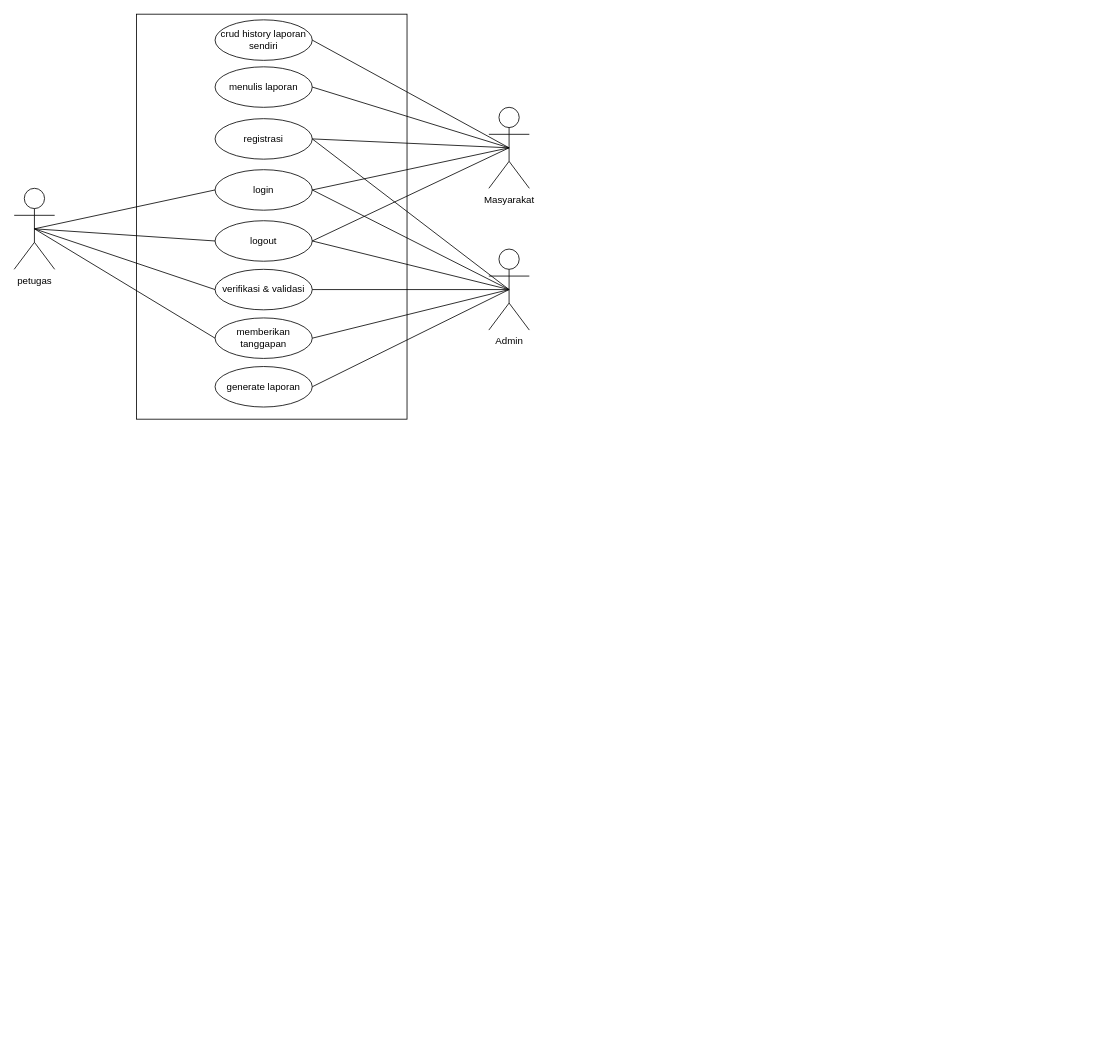
Above: usecase(Revision).drawio in Mahklvk/laporanMasyarakatPreparation (draw.io), before the change. Source tidied: cells renumbered, new cells numbered last; positions are measured from the earlier drawing's top-left corner, leaving out a move shared by most shapes. Both pictures are drawn from the tidied source at 81%, with x=0, y=0 at pixel (14, 14).
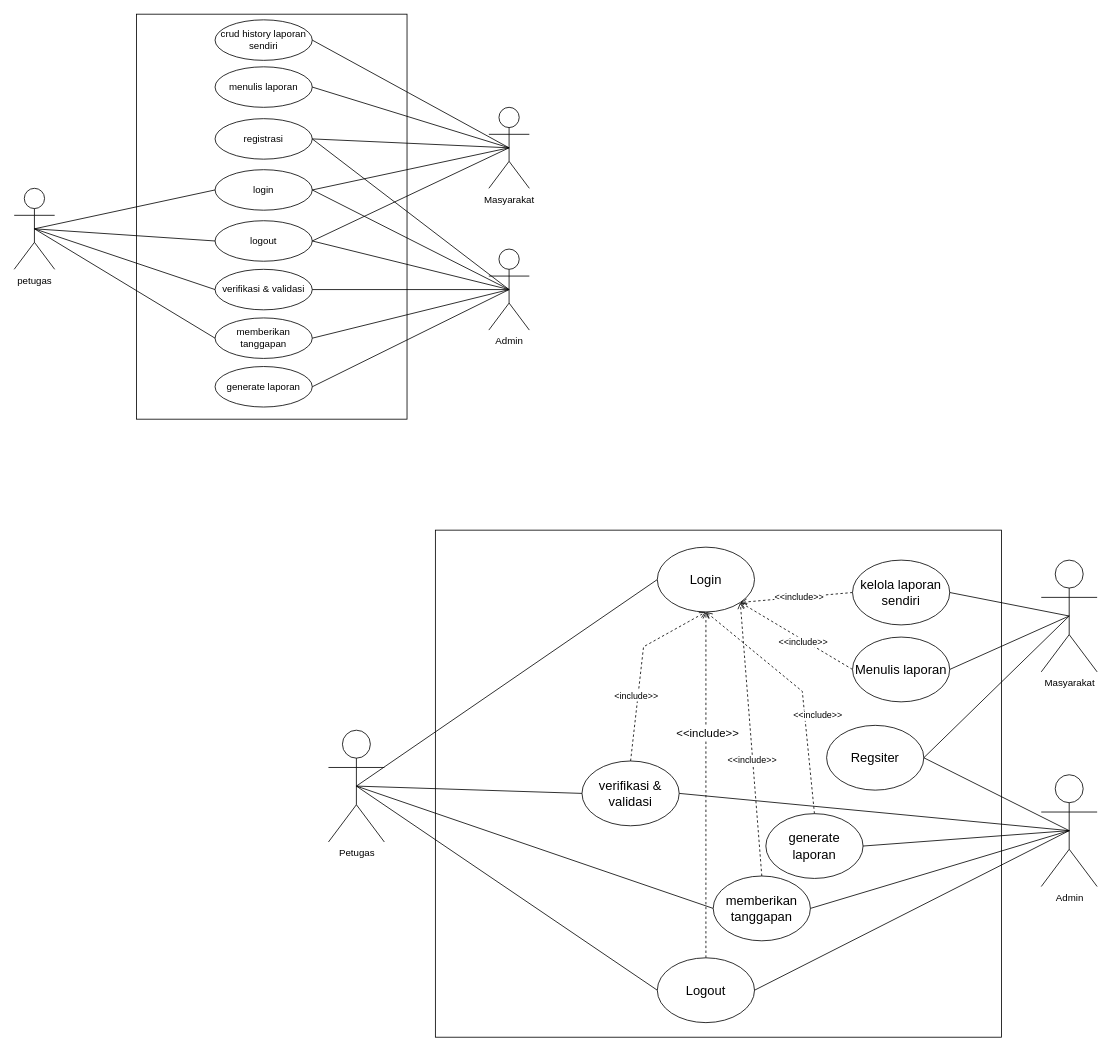
The same page after the edit.

Change to the diagram source:
```diff
@@
+    <mxCell id="29" style="rounded=0;whiteSpace=wrap;html=1;fillColor=none;" parent="1" vertex="1">
+      <mxGeometry x="520" y="637" width="699" height="626" as="geometry" />
+    </mxCell>
+    <mxCell id="30" style="rounded=0;jettySize=auto;html=1;exitX=0.5;exitY=0.5;exitDx=0;exitDy=0;exitPerimeter=0;entryX=0;entryY=0.5;entryDx=0;entryDy=0;endArrow=none;startFill=0;" parent="1" edge="1" source="34" target="35">
+      <mxGeometry relative="1" as="geometry" />
+    </mxCell>
+    <mxCell id="31" style="rounded=0;jettySize=auto;html=1;exitX=0.5;exitY=0.5;exitDx=0;exitDy=0;exitPerimeter=0;entryX=0;entryY=0.5;entryDx=0;entryDy=0;endArrow=none;startFill=0;" parent="1" edge="1" source="34" target="48">
+      <mxGeometry relative="1" as="geometry" />
+    </mxCell>
+    <mxCell id="32" style="rounded=0;jettySize=auto;html=1;exitX=0.5;exitY=0.5;exitDx=0;exitDy=0;exitPerimeter=0;entryX=0;entryY=0.5;entryDx=0;entryDy=0;endArrow=none;startFill=0;" parent="1" edge="1" source="34" target="54">
+      <mxGeometry relative="1" as="geometry" />
+    </mxCell>
+    <mxCell id="33" style="rounded=0;jettySize=auto;html=1;exitX=0.5;exitY=0.5;exitDx=0;exitDy=0;exitPerimeter=0;entryX=0;entryY=0.5;entryDx=0;entryDy=0;endArrow=none;startFill=0;" parent="1" edge="1" source="34" target="38">
+      <mxGeometry relative="1" as="geometry" />
+    </mxCell>
+    <mxCell id="34" value="Petugas" style="shape=umlActor;verticalLabelPosition=bottom;verticalAlign=top;html=1;outlineConnect=0;" parent="1" vertex="1">
+      <mxGeometry x="388" y="884" width="69" height="138" as="geometry" />
+    </mxCell>
+    <mxCell id="35" value="Login" style="ellipse;whiteSpace=wrap;html=1;fontSize=16;" parent="1" vertex="1">
+      <mxGeometry x="794" y="658" width="120" height="80" as="geometry" />
+    </mxCell>
+    <mxCell id="36" style="edgeStyle=orthogonalEdgeStyle;rounded=0;jettySize=auto;html=1;exitX=0.5;exitY=0;exitDx=0;exitDy=0;entryX=0.5;entryY=1;entryDx=0;entryDy=0;endArrow=open;startFill=0;dashed=1;endFill=0;strokeColor=default;curved=0;" parent="1" edge="1" source="38" target="35">
+      <mxGeometry relative="1" as="geometry" />
+    </mxCell>
+    <mxCell id="37" value="&amp;lt;&amp;lt;include&amp;gt;&amp;gt;" style="edgeLabel;html=1;align=center;verticalAlign=middle;fontSize=14;" parent="36" vertex="1">
+      <mxGeometry x="0.3" y="-1" relative="1" as="geometry" />
+    </mxCell>
+    <mxCell id="38" value="Logout" style="ellipse;whiteSpace=wrap;html=1;fontSize=16;" parent="1" vertex="1">
+      <mxGeometry x="794" y="1165" width="120" height="80" as="geometry" />
+    </mxCell>
+    <mxCell id="39" style="rounded=0;jettySize=auto;html=1;exitX=0;exitY=0.5;exitDx=0;exitDy=0;entryX=1;entryY=1;entryDx=0;entryDy=0;dashed=1;endArrow=open;endFill=0;" parent="1" edge="1" source="41" target="35">
+      <mxGeometry relative="1" as="geometry" />
+    </mxCell>
+    <mxCell id="40" value="&amp;lt;&amp;lt;include&amp;gt;&amp;gt;" style="edgeLabel;html=1;align=center;verticalAlign=middle;" parent="39" vertex="1">
+      <mxGeometry x="0.18" y="1" relative="1" as="geometry">
+        <mxPoint x="21" y="13" as="offset" />
+      </mxGeometry>
+    </mxCell>
+    <mxCell id="41" value="Menulis laporan" style="ellipse;whiteSpace=wrap;html=1;fontSize=16;" parent="1" vertex="1">
+      <mxGeometry x="1035" y="769" width="120" height="80" as="geometry" />
+    </mxCell>
+    <mxCell id="42" value="Regsiter" style="ellipse;whiteSpace=wrap;html=1;fontSize=16;" parent="1" vertex="1">
+      <mxGeometry x="1003" y="878" width="120" height="80" as="geometry" />
+    </mxCell>
+    <mxCell id="43" style="rounded=0;jettySize=auto;html=1;exitX=0;exitY=0.5;exitDx=0;exitDy=0;entryX=1;entryY=1;entryDx=0;entryDy=0;dashed=1;endArrow=open;endFill=0;" parent="1" edge="1" source="45" target="35">
+      <mxGeometry relative="1" as="geometry" />
+    </mxCell>
+    <mxCell id="44" value="&amp;lt;&amp;lt;include&amp;gt;&amp;gt;" style="edgeLabel;html=1;align=center;verticalAlign=middle;" parent="43" vertex="1">
+      <mxGeometry x="0.29" y="-1" relative="1" as="geometry">
+        <mxPoint x="23" y="-1" as="offset" />
+      </mxGeometry>
+    </mxCell>
+    <mxCell id="45" value="kelola laporan&lt;div&gt;sendiri&lt;/div&gt;" style="ellipse;whiteSpace=wrap;html=1;fontSize=16;" parent="1" vertex="1">
+      <mxGeometry x="1035" y="674" width="120" height="80" as="geometry" />
+    </mxCell>
+    <mxCell id="46" style="rounded=0;jettySize=auto;html=1;exitX=0.5;exitY=0;exitDx=0;exitDy=0;entryX=0.5;entryY=1;entryDx=0;entryDy=0;dashed=1;endArrow=open;endFill=0;" parent="1" edge="1" source="48" target="35">
+      <mxGeometry relative="1" as="geometry">
+        <Array as="points">
+          <mxPoint x="777" y="781" />
+        </Array>
+      </mxGeometry>
+    </mxCell>
+    <mxCell id="47" value="&amp;lt;include&amp;gt;&amp;gt;" style="edgeLabel;html=1;align=center;verticalAlign=middle;" parent="46" vertex="1">
+      <mxGeometry x="-0.3" y="3" relative="1" as="geometry" />
+    </mxCell>
+    <mxCell id="48" value="verifikasi &amp;amp; validasi" style="ellipse;whiteSpace=wrap;html=1;fontSize=16;" parent="1" vertex="1">
+      <mxGeometry x="701" y="922" width="120" height="80" as="geometry" />
+    </mxCell>
+    <mxCell id="49" style="rounded=0;jettySize=auto;html=1;exitX=0.5;exitY=0;exitDx=0;exitDy=0;entryX=0.5;entryY=1;entryDx=0;entryDy=0;dashed=1;endArrow=open;endFill=0;" parent="1" edge="1" source="51" target="35">
+      <mxGeometry relative="1" as="geometry">
+        <Array as="points">
+          <mxPoint x="973" y="836" />
+        </Array>
+      </mxGeometry>
+    </mxCell>
+    <mxCell id="50" value="&amp;lt;&amp;lt;include&amp;gt;&amp;gt;" style="edgeLabel;html=1;align=center;verticalAlign=middle;" parent="49" vertex="1">
+      <mxGeometry x="-0.08" relative="1" as="geometry">
+        <mxPoint x="17" y="19" as="offset" />
+      </mxGeometry>
+    </mxCell>
+    <mxCell id="51" value="generate laporan" style="ellipse;whiteSpace=wrap;html=1;fontSize=16;" parent="1" vertex="1">
+      <mxGeometry x="928" y="987" width="120" height="80" as="geometry" />
+    </mxCell>
+    <mxCell id="52" style="rounded=0;jettySize=auto;html=1;exitX=0.5;exitY=0;exitDx=0;exitDy=0;entryX=1;entryY=1;entryDx=0;entryDy=0;dashed=1;endArrow=open;endFill=0;" parent="1" edge="1" source="54" target="35">
+      <mxGeometry relative="1" as="geometry" />
+    </mxCell>
+    <mxCell id="53" value="&amp;lt;&amp;lt;include&amp;gt;&amp;gt;" style="edgeLabel;html=1;align=center;verticalAlign=middle;" parent="52" vertex="1">
+      <mxGeometry x="-0.15" y="1" relative="1" as="geometry" />
+    </mxCell>
+    <mxCell id="54" value="memberikan tanggapan" style="ellipse;whiteSpace=wrap;html=1;fontSize=16;" parent="1" vertex="1">
+      <mxGeometry x="863" y="1064" width="120" height="80" as="geometry" />
+    </mxCell>
+    <mxCell id="55" style="rounded=0;jettySize=auto;html=1;exitX=0.5;exitY=0.5;exitDx=0;exitDy=0;exitPerimeter=0;entryX=1;entryY=0.5;entryDx=0;entryDy=0;endArrow=none;startFill=0;" parent="1" edge="1" source="58" target="42">
+      <mxGeometry relative="1" as="geometry" />
+    </mxCell>
+    <mxCell id="56" style="rounded=0;jettySize=auto;html=1;exitX=0.5;exitY=0.5;exitDx=0;exitDy=0;exitPerimeter=0;entryX=1;entryY=0.5;entryDx=0;entryDy=0;endArrow=none;startFill=0;" parent="1" edge="1" source="58" target="41">
+      <mxGeometry relative="1" as="geometry" />
+    </mxCell>
+    <mxCell id="57" style="rounded=0;jettySize=auto;html=1;exitX=0.5;exitY=0.5;exitDx=0;exitDy=0;exitPerimeter=0;entryX=1;entryY=0.5;entryDx=0;entryDy=0;endArrow=none;startFill=0;" parent="1" edge="1" source="58" target="45">
+      <mxGeometry relative="1" as="geometry" />
+    </mxCell>
+    <mxCell id="58" value="Masyarakat" style="shape=umlActor;verticalLabelPosition=bottom;verticalAlign=top;html=1;outlineConnect=0;" parent="1" vertex="1">
+      <mxGeometry x="1268" y="674" width="69" height="138" as="geometry" />
+    </mxCell>
+    <mxCell id="59" style="rounded=0;jettySize=auto;html=1;exitX=0.5;exitY=0.5;exitDx=0;exitDy=0;exitPerimeter=0;entryX=1;entryY=0.5;entryDx=0;entryDy=0;endArrow=none;startFill=0;" parent="1" edge="1" source="64" target="38">
+      <mxGeometry relative="1" as="geometry" />
+    </mxCell>
+    <mxCell id="60" style="rounded=0;jettySize=auto;html=1;exitX=0.5;exitY=0.5;exitDx=0;exitDy=0;exitPerimeter=0;entryX=1;entryY=0.5;entryDx=0;entryDy=0;endArrow=none;startFill=0;" parent="1" edge="1" source="64" target="42">
+      <mxGeometry relative="1" as="geometry" />
+    </mxCell>
+    <mxCell id="61" style="rounded=0;jettySize=auto;html=1;exitX=0.5;exitY=0.5;exitDx=0;exitDy=0;exitPerimeter=0;entryX=1;entryY=0.5;entryDx=0;entryDy=0;endArrow=none;startFill=0;" parent="1" edge="1" source="64" target="51">
+      <mxGeometry relative="1" as="geometry" />
+    </mxCell>
+    <mxCell id="62" style="rounded=0;jettySize=auto;html=1;exitX=0.5;exitY=0.5;exitDx=0;exitDy=0;exitPerimeter=0;entryX=1;entryY=0.5;entryDx=0;entryDy=0;endArrow=none;startFill=0;" parent="1" edge="1" source="64" target="54">
+      <mxGeometry relative="1" as="geometry" />
+    </mxCell>
+    <mxCell id="63" style="rounded=0;jettySize=auto;html=1;exitX=0.5;exitY=0.5;exitDx=0;exitDy=0;exitPerimeter=0;entryX=1;entryY=0.5;entryDx=0;entryDy=0;endArrow=none;startFill=0;" parent="1" edge="1" source="64" target="48">
+      <mxGeometry relative="1" as="geometry" />
+    </mxCell>
+    <mxCell id="64" value="Admin" style="shape=umlActor;verticalLabelPosition=bottom;verticalAlign=top;html=1;outlineConnect=0;" parent="1" vertex="1">
+      <mxGeometry x="1268" y="939" width="69" height="138" as="geometry" />
+    </mxCell>
```
